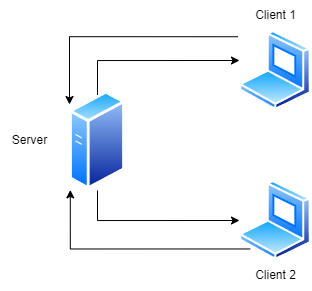
Before: chat-client-server.drawio.png, a diagram exported from draw.io (elisayan/Chat-ClientServer-TCP). Source tidied: cells renumbered, new cells last; positions are measured from the earlier drawing's top-left corner, leaving out a move shared by most shapes.
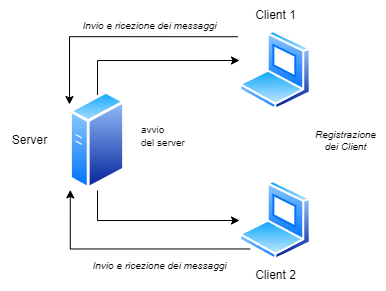
The same file after the commit.

Change to the diagram source:
```diff
@@ -48,5 +48,17 @@
     <mxCell id="11" style="edgeStyle=orthogonalEdgeStyle;rounded=0;jettySize=auto;html=1;exitX=0;exitY=1;exitDx=0;exitDy=0;entryX=0.014;entryY=0.994;entryDx=0;entryDy=0;entryPerimeter=0;" parent="1" edge="1" source="7" target="4">
       <mxGeometry relative="1" as="geometry" />
     </mxCell>
+    <mxCell id="12" value="&lt;div style=&quot;font-size: 10px;&quot;&gt;&lt;span style=&quot;background-color: initial; font-size: 10px;&quot;&gt;Registrazione&lt;/span&gt;&lt;br style=&quot;font-size: 10px;&quot;&gt;&lt;/div&gt;&lt;div style=&quot;font-size: 10px;&quot;&gt;dei Client&lt;/div&gt;" style="text;html=1;align=center;verticalAlign=middle;strokeColor=none;fillColor=none;fontStyle=2;fontSize=10;" parent="1" vertex="1">
+      <mxGeometry x="306" y="120" width="80" height="40" as="geometry" />
+    </mxCell>
+    <mxCell id="13" value="Invio e ricezione dei messaggi" style="text;html=1;align=center;verticalAlign=middle;strokeColor=none;fillColor=none;fontStyle=2;fontSize=10;" parent="1" vertex="1">
+      <mxGeometry x="70" y="10" width="160" height="30" as="geometry" />
+    </mxCell>
+    <mxCell id="14" value="Invio e ricezione dei messaggi" style="text;html=1;align=center;verticalAlign=middle;strokeColor=none;fillColor=none;fontStyle=2;fontSize=10;" parent="1" vertex="1">
+      <mxGeometry x="80" y="250" width="160" height="30" as="geometry" />
+    </mxCell>
+    <mxCell id="15" value="&lt;font style=&quot;font-size: 10px;&quot;&gt;avvio&amp;nbsp;&lt;/font&gt;&lt;div style=&quot;font-size: 10px;&quot;&gt;del server&lt;/div&gt;" style="text;html=1;align=left;verticalAlign=middle;strokeColor=none;fillColor=none;" parent="1" vertex="1">
+      <mxGeometry x="140" y="115" width="70" height="40" as="geometry" />
+    </mxCell>
   </root>
 </mxGraphModel>
```
